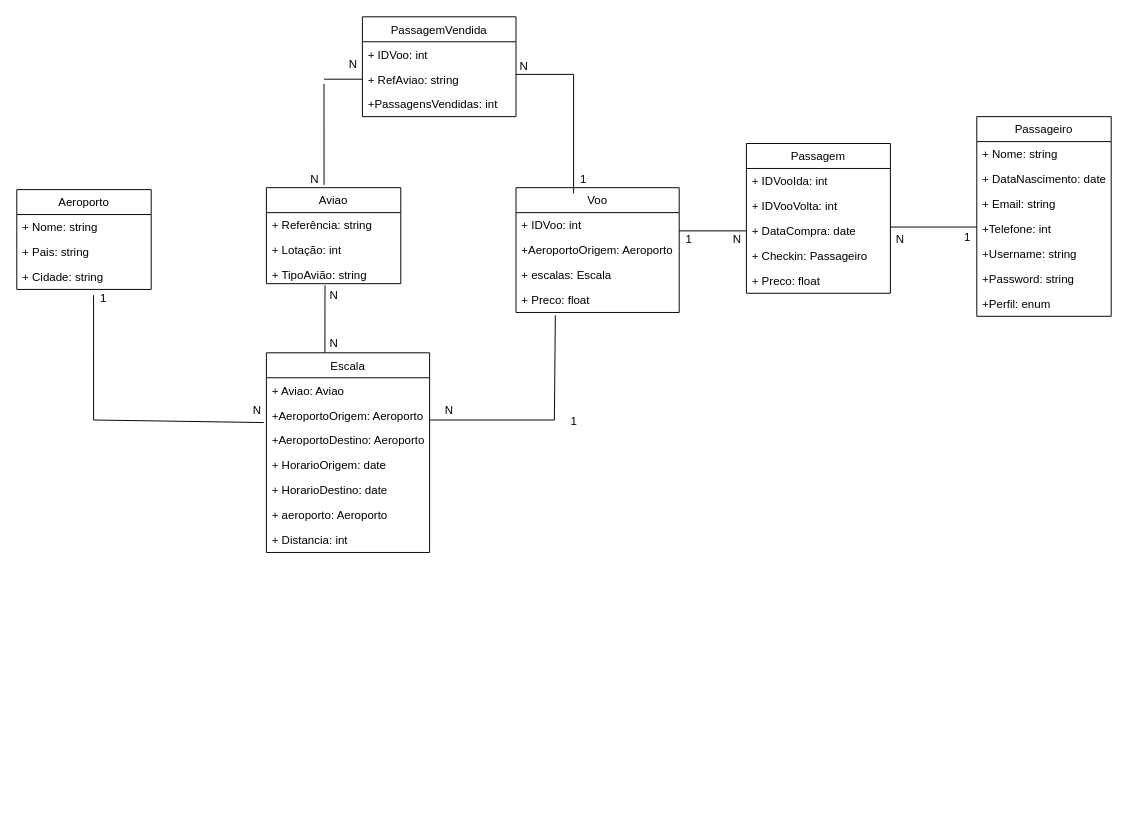
Earlier version of the draw.io diagram doc/esboco diagrama v2.drawio (Jvendas/PSI_PWS_PL_B). Source tidied: cells renumbered, new cells numbered last; positions are measured from the earlier drawing's top-left corner, leaving out a move shared by most shapes. Both pictures are drawn from the tidied source at 96%, with x=0, y=0 at pixel (16, 16).
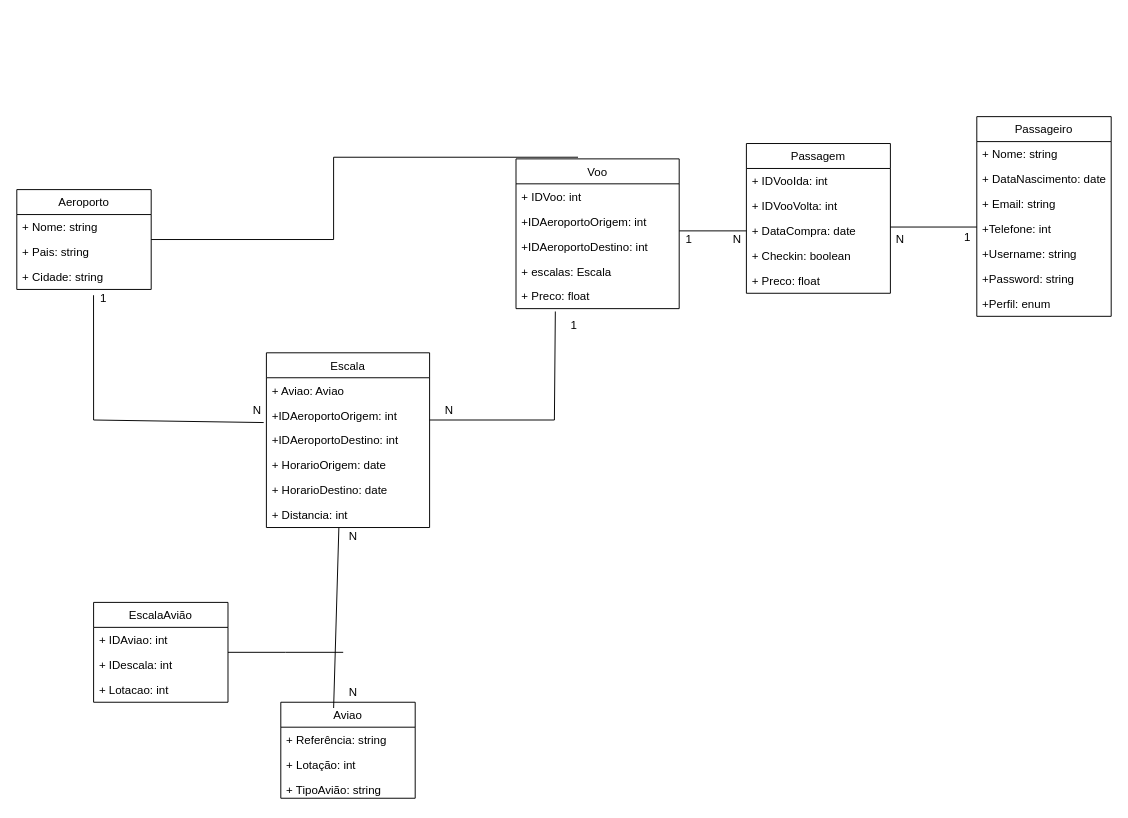
Above is the later version.

Unchanged cells that the change refers to:
```xml
<mxCell id="9" value="+ TipoAvião: string" style="text;strokeColor=none;fillColor=none;align=left;verticalAlign=top;spacingLeft=4;spacingRight=4;overflow=hidden;points=[[0,0.5],[1,0.5]];portConstraint=eastwest;" parent="6" vertex="1">
  <mxGeometry y="78" width="140" height="22" as="geometry" />
</mxCell>
<mxCell id="15" value="Passagem" style="swimlane;fontStyle=0;horizontal=1;startSize=26;fillColor=none;" parent="1" vertex="1">
  <mxGeometry x="760" y="132" width="150" height="156" as="geometry" />
</mxCell>
<mxCell id="37" value="Aeroporto" style="swimlane;fontStyle=0;horizontal=1;startSize=26;fillColor=none;" parent="1" vertex="1">
  <mxGeometry y="180" width="140" height="104" as="geometry" />
</mxCell>
```

What changed in the source:
```diff
@@
-    <mxCell id="2" value="PassagemVendida" style="swimlane;fontStyle=0;horizontal=1;startSize=26;fillColor=none;" parent="1" vertex="1">
-      <mxGeometry x="360" width="160" height="104" as="geometry" />
-    </mxCell>
-    <mxCell id="3" value="+ IDVoo: int" style="text;strokeColor=none;fillColor=none;align=left;verticalAlign=top;spacingLeft=4;spacingRight=4;overflow=hidden;" parent="2" vertex="1">
-      <mxGeometry y="26" width="160" height="26" as="geometry" />
-    </mxCell>
-    <mxCell id="4" value="+ RefAviao: string" style="text;strokeColor=none;fillColor=none;align=left;verticalAlign=top;spacingLeft=4;spacingRight=4;overflow=hidden;points=[[0,0.5],[1,0.5]];portConstraint=eastwest;" parent="2" vertex="1">
-      <mxGeometry y="52" width="160" height="26" as="geometry" />
-    </mxCell>
-    <mxCell id="5" value="+PassagensVendidas: int" style="text;strokeColor=none;fillColor=none;align=left;verticalAlign=top;spacingLeft=4;spacingRight=4;overflow=hidden;" parent="2" vertex="1">
-      <mxGeometry y="78" width="160" height="26" as="geometry" />
-    </mxCell>
     <mxCell id="6" value="Aviao" style="swimlane;fontStyle=0;horizontal=1;startSize=26;fillColor=none;" parent="1" vertex="1">
-      <mxGeometry x="260" y="178" width="140" height="100" as="geometry" />
+      <mxGeometry x="275" y="714" width="140" height="100" as="geometry" />
     </mxCell>
@@
     <mxCell id="10" value="Voo" style="swimlane;fontStyle=0;horizontal=1;startSize=26;fillColor=none;" parent="1" vertex="1">
-      <mxGeometry x="520" y="178" width="170" height="130" as="geometry" />
+      <mxGeometry x="520" y="148" width="170" height="156" as="geometry" />
     </mxCell>
@@
-    <mxCell id="12" value="+AeroportoOrigem: Aeroporto" style="text;strokeColor=none;fillColor=none;align=left;verticalAlign=top;spacingLeft=4;spacingRight=4;overflow=hidden;" parent="10" vertex="1">
+    <mxCell id="12" value="+IDAeroportoOrigem: int" style="text;strokeColor=none;fillColor=none;align=left;verticalAlign=top;spacingLeft=4;spacingRight=4;overflow=hidden;" parent="10" vertex="1">
       <mxGeometry y="52" width="170" height="26" as="geometry" />
     </mxCell>
+    <mxCell id="66" value="+IDAeroportoDestino: int" style="text;strokeColor=none;fillColor=none;align=left;verticalAlign=top;spacingLeft=4;spacingRight=4;overflow=hidden;" parent="10" vertex="1">
+      <mxGeometry y="78" width="170" height="26" as="geometry" />
+    </mxCell>
     <mxCell id="13" value="+ escalas: Escala" style="text;strokeColor=none;fillColor=none;align=left;verticalAlign=top;spacingLeft=4;spacingRight=4;overflow=hidden;" parent="10" vertex="1">
-      <mxGeometry y="78" width="170" height="26" as="geometry" />
+      <mxGeometry y="104" width="170" height="26" as="geometry" />
     </mxCell>
     <mxCell id="14" value="+ Preco: float" style="text;strokeColor=none;fillColor=none;align=left;verticalAlign=top;spacingLeft=4;spacingRight=4;overflow=hidden;points=[[0,0.5],[1,0.5]];portConstraint=eastwest;" parent="10" vertex="1">
-      <mxGeometry y="104" width="170" height="26" as="geometry" />
+      <mxGeometry y="130" width="170" height="26" as="geometry" />
     </mxCell>
@@
-    <mxCell id="19" value="+ Checkin: Passageiro" style="text;strokeColor=none;fillColor=none;align=left;verticalAlign=top;spacingLeft=4;spacingRight=4;overflow=hidden;" parent="15" vertex="1">
+    <mxCell id="19" value="+ Checkin: boolean" style="text;strokeColor=none;fillColor=none;align=left;verticalAlign=top;spacingLeft=4;spacingRight=4;overflow=hidden;" parent="15" vertex="1">
       <mxGeometry y="104" width="150" height="26" as="geometry" />
     </mxCell>
@@
     <mxCell id="29" value="Escala" style="swimlane;fontStyle=0;horizontal=1;startSize=26;fillColor=none;" parent="1" vertex="1">
-      <mxGeometry x="260" y="350" width="170" height="208" as="geometry" />
+      <mxGeometry x="260" y="350" width="170" height="182" as="geometry" />
     </mxCell>
@@
-    <mxCell id="31" value="+AeroportoOrigem: Aeroporto" style="text;strokeColor=none;fillColor=none;align=left;verticalAlign=top;spacingLeft=4;spacingRight=4;overflow=hidden;" parent="29" vertex="1">
+    <mxCell id="31" value="+IDAeroportoOrigem: int" style="text;strokeColor=none;fillColor=none;align=left;verticalAlign=top;spacingLeft=4;spacingRight=4;overflow=hidden;" parent="29" vertex="1">
       <mxGeometry y="52" width="170" height="26" as="geometry" />
     </mxCell>
-    <mxCell id="32" value="+AeroportoDestino: Aeroporto" style="text;strokeColor=none;fillColor=none;align=left;verticalAlign=top;spacingLeft=4;spacingRight=4;overflow=hidden;" parent="29" vertex="1">
+    <mxCell id="32" value="+IDAeroportoDestino: int" style="text;strokeColor=none;fillColor=none;align=left;verticalAlign=top;spacingLeft=4;spacingRight=4;overflow=hidden;" parent="29" vertex="1">
       <mxGeometry y="78" width="170" height="26" as="geometry" />
     </mxCell>
@@
-    <mxCell id="35" value="+ aeroporto: Aeroporto" style="text;strokeColor=none;fillColor=none;align=left;verticalAlign=top;spacingLeft=4;spacingRight=4;overflow=hidden;" parent="29" vertex="1">
-      <mxGeometry y="156" width="170" height="26" as="geometry" />
-    </mxCell>
     <mxCell id="36" value="+ Distancia: int" style="text;strokeColor=none;fillColor=none;align=left;verticalAlign=top;spacingLeft=4;spacingRight=4;overflow=hidden;points=[[0,0.5],[1,0.5]];portConstraint=eastwest;" parent="29" vertex="1">
-      <mxGeometry y="182" width="170" height="26" as="geometry" />
+      <mxGeometry y="156" width="170" height="26" as="geometry" />
     </mxCell>
+    <mxCell id="67" style="edgeStyle=orthogonalEdgeStyle;rounded=0;jettySize=auto;html=1;entryX=0.38;entryY=-0.011;entryDx=0;entryDy=0;entryPerimeter=0;endArrow=none;endFill=0;" parent="1" edge="1" source="37" target="10">
+      <mxGeometry relative="1" as="geometry" />
+    </mxCell>
@@
-    <mxCell id="42" style="endArrow=none;html=1;" parent="1" edge="1">
-      <mxGeometry relative="1" as="geometry">
-        <mxPoint x="580" y="184" as="sourcePoint" />
-        <mxPoint x="580" y="60" as="targetPoint" />
-      </mxGeometry>
-    </mxCell>
-    <mxCell id="43" style="endArrow=none;html=1;exitX=0.429;exitY=-0.029;exitDx=0;exitDy=0;exitPerimeter=0;" parent="1" edge="1" source="6">
-      <mxGeometry relative="1" as="geometry">
-        <mxPoint x="320" y="70" as="targetPoint" />
-      </mxGeometry>
-    </mxCell>
-    <mxCell id="44" style="endArrow=none;html=1;" parent="1" edge="1" source="4">
-      <mxGeometry relative="1" as="geometry">
-        <mxPoint x="320" y="65" as="targetPoint" />
-      </mxGeometry>
-    </mxCell>
-    <mxCell id="45" style="endArrow=none;html=1;exitX=1;exitY=0.308;exitDx=0;exitDy=0;exitPerimeter=0;" parent="1" edge="1" source="4">
-      <mxGeometry relative="1" as="geometry">
-        <mxPoint x="580" y="60" as="targetPoint" />
-      </mxGeometry>
-    </mxCell>
-    <mxCell id="46" value="N" style="text;html=1;align=center;verticalAlign=middle;strokeColor=none;" parent="1" vertex="1">
-      <mxGeometry x="300" y="160" width="20" height="20" as="geometry" />
-    </mxCell>
-    <mxCell id="47" value="N" style="text;html=1;align=center;verticalAlign=middle;strokeColor=none;" parent="1" vertex="1">
-      <mxGeometry x="340" y="40" width="20" height="20" as="geometry" />
-    </mxCell>
-    <mxCell id="48" value="1" style="text;html=1;align=center;verticalAlign=middle;strokeColor=none;" parent="1" vertex="1">
-      <mxGeometry x="580" y="160" width="20" height="20" as="geometry" />
-    </mxCell>
-    <mxCell id="49" value="N" style="text;html=1;align=center;verticalAlign=middle;strokeColor=none;" parent="1" vertex="1">
-      <mxGeometry x="518" y="42" width="20" height="20" as="geometry" />
-    </mxCell>
@@
-    <mxCell id="51" style="endArrow=none;html=1;entryX=0.436;entryY=1.077;entryDx=0;entryDy=0;entryPerimeter=0;exitX=0.048;exitY=0.991;exitDx=0;exitDy=0;exitPerimeter=0;" parent="1" edge="1" source="52" target="9">
+    <mxCell id="51" style="endArrow=none;html=1;exitX=0.444;exitY=1.006;exitDx=0;exitDy=0;exitPerimeter=0;entryX=0.393;entryY=0.06;entryDx=0;entryDy=0;entryPerimeter=0;" parent="1" edge="1" source="36" target="6">
       <mxGeometry relative="1" as="geometry" />
     </mxCell>
     <mxCell id="52" value="N" style="text;html=1;align=center;verticalAlign=middle;points=[];strokeColor=none;" parent="1" vertex="1">
-      <mxGeometry x="320" y="330" width="20" height="20" as="geometry" />
+      <mxGeometry x="340" y="694" width="20" height="20" as="geometry" />
     </mxCell>
     <mxCell id="53" value="N" style="text;html=1;align=center;verticalAlign=middle;strokeColor=none;" parent="1" vertex="1">
-      <mxGeometry x="320" y="280" width="20" height="20" as="geometry" />
+      <mxGeometry x="340" y="532" width="20" height="20" as="geometry" />
     </mxCell>
@@
     <mxCell id="56" value="1" style="text;html=1;align=center;verticalAlign=middle;strokeColor=none;" parent="1" vertex="1">
-      <mxGeometry x="570" y="412" width="20" height="20" as="geometry" />
+      <mxGeometry x="570" y="312" width="20" height="20" as="geometry" />
     </mxCell>
@@
+    <mxCell id="68" style="edgeStyle=orthogonalEdgeStyle;rounded=0;jettySize=auto;html=1;endArrow=none;endFill=0;" parent="1" edge="1" source="69">
+      <mxGeometry relative="1" as="geometry">
+        <mxPoint x="340" y="662" as="targetPoint" />
+      </mxGeometry>
+    </mxCell>
+    <mxCell id="69" value="EscalaAvião" style="swimlane;fontStyle=0;horizontal=1;startSize=26;fillColor=none;" parent="1" vertex="1">
+      <mxGeometry x="80" y="610" width="140" height="104" as="geometry" />
+    </mxCell>
+    <mxCell id="70" value="+ IDAviao: int" style="text;strokeColor=none;fillColor=none;align=left;verticalAlign=top;spacingLeft=4;spacingRight=4;overflow=hidden;" parent="69" vertex="1">
+      <mxGeometry y="26" width="140" height="26" as="geometry" />
+    </mxCell>
+    <mxCell id="71" value="+ IDescala: int" style="text;strokeColor=none;fillColor=none;align=left;verticalAlign=top;spacingLeft=4;spacingRight=4;overflow=hidden;" parent="69" vertex="1">
+      <mxGeometry y="52" width="140" height="26" as="geometry" />
+    </mxCell>
+    <mxCell id="72" value="+ Lotacao: int" style="text;strokeColor=none;fillColor=none;align=left;verticalAlign=top;spacingLeft=4;spacingRight=4;overflow=hidden;" parent="69" vertex="1">
+      <mxGeometry y="78" width="140" height="26" as="geometry" />
+    </mxCell>
```
